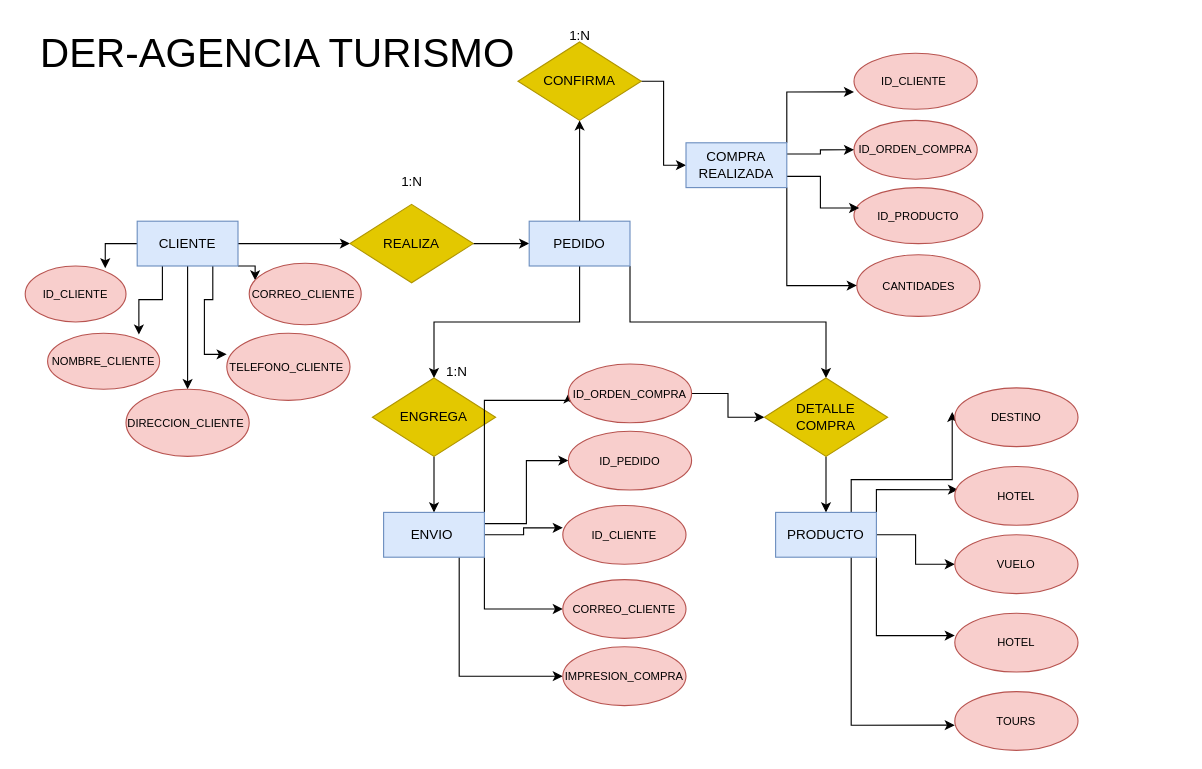
This is Diagrama sin título.drawio from sebascardozo/sqlCoderhouse, a draw.io file, before an edit. Source tidied: cells renumbered, new cells numbered last; positions are measured from the earlier drawing's top-left corner, leaving out a move shared by most shapes. Both pictures are drawn from the tidied source at 112%, with x=0, y=0 at pixel (25, 19).
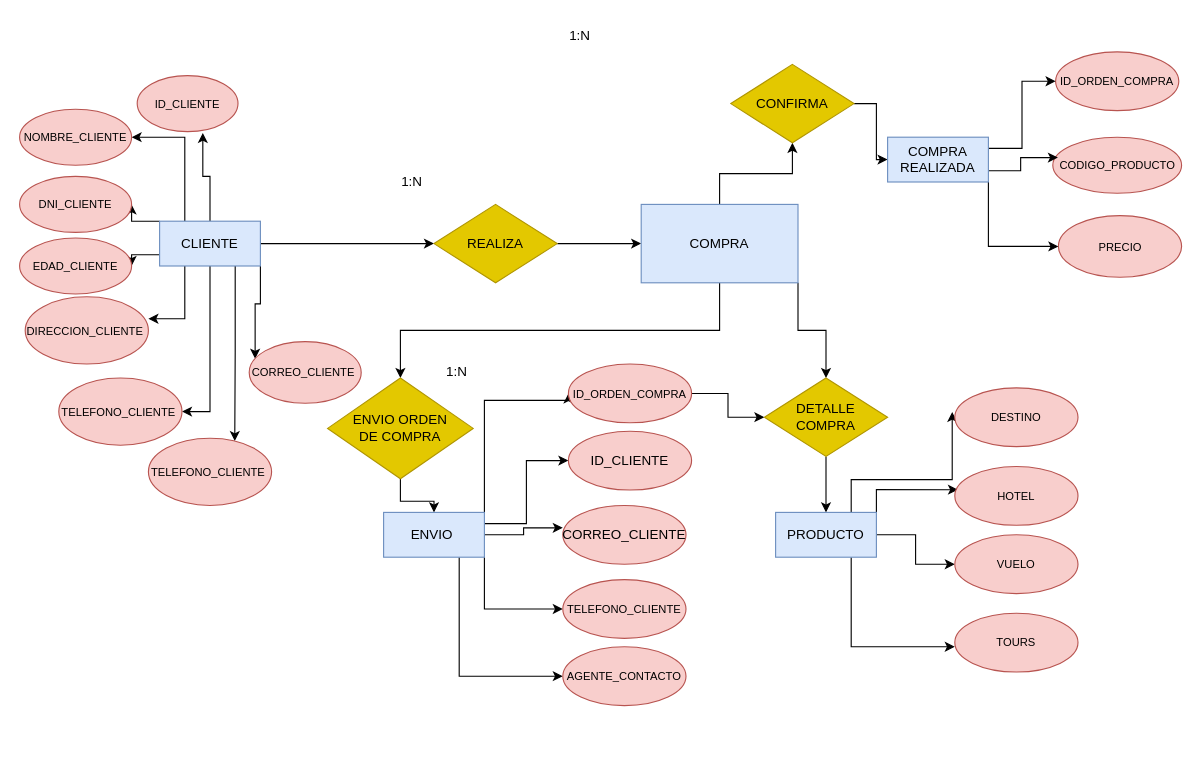
The same page after the edit.

Commit message:
DER-SEBASTIAN CARDOZO-SQL.drawio

The change refers to these unchanged cells:
```xml
<mxCell id="56" value="PRODUCTO" style="rounded=0;whiteSpace=wrap;html=1;fillColor=#dae8fc;strokeColor=#6c8ebf;" parent="1" vertex="1">
  <mxGeometry x="670" y="440" width="90" height="40" as="geometry" />
</mxCell>
```

The edit, as a diff of the source:
```diff
@@
+    <mxCell id="7" style="edgeStyle=orthogonalEdgeStyle;rounded=0;jettySize=auto;html=1;exitX=1;exitY=1;exitDx=0;exitDy=0;entryX=0.053;entryY=0.278;entryDx=0;entryDy=0;entryPerimeter=0;" parent="1" edge="1" source="8" target="14">
+      <mxGeometry relative="1" as="geometry" />
+    </mxCell>
-    <mxCell id="3" style="edgeStyle=orthogonalEdgeStyle;rounded=0;jettySize=auto;html=1;exitX=0;exitY=0.5;exitDx=0;exitDy=0;entryX=0.794;entryY=0.04;entryDx=0;entryDy=0;entryPerimeter=0;" parent="1" edge="1" source="8" target="11">
+    <mxCell id="3" style="edgeStyle=orthogonalEdgeStyle;rounded=0;jettySize=auto;html=1;exitX=0.5;exitY=0;exitDx=0;exitDy=0;entryX=0.651;entryY=1.023;entryDx=0;entryDy=0;entryPerimeter=0;" parent="1" edge="1" source="8" target="11">
       <mxGeometry relative="1" as="geometry" />
     </mxCell>
-    <mxCell id="4" style="edgeStyle=orthogonalEdgeStyle;rounded=0;jettySize=auto;html=1;exitX=0.25;exitY=1;exitDx=0;exitDy=0;entryX=0.815;entryY=0.025;entryDx=0;entryDy=0;entryPerimeter=0;" parent="1" edge="1" source="8" target="12">
+    <mxCell id="4" style="edgeStyle=orthogonalEdgeStyle;rounded=0;jettySize=auto;html=1;exitX=0.25;exitY=0;exitDx=0;exitDy=0;entryX=1;entryY=0.5;entryDx=0;entryDy=0;" parent="1" edge="1" source="8" target="12">
       <mxGeometry relative="1" as="geometry" />
     </mxCell>
+    <mxCell id="63" style="edgeStyle=orthogonalEdgeStyle;rounded=0;jettySize=auto;html=1;exitX=0;exitY=0;exitDx=0;exitDy=0;entryX=1;entryY=0.5;entryDx=0;entryDy=0;" parent="1" edge="1" source="8" target="66">
+      <mxGeometry relative="1" as="geometry" />
+    </mxCell>
+    <mxCell id="64" style="edgeStyle=orthogonalEdgeStyle;rounded=0;jettySize=auto;html=1;exitX=0;exitY=0.75;exitDx=0;exitDy=0;entryX=1;entryY=0.5;entryDx=0;entryDy=0;" parent="1" edge="1" source="8" target="67">
+      <mxGeometry relative="1" as="geometry" />
+    </mxCell>
-    <mxCell id="5" style="edgeStyle=orthogonalEdgeStyle;rounded=0;jettySize=auto;html=1;exitX=0.5;exitY=1;exitDx=0;exitDy=0;entryX=0.5;entryY=0;entryDx=0;entryDy=0;" parent="1" edge="1" source="8" target="13">
+    <mxCell id="5" style="edgeStyle=orthogonalEdgeStyle;rounded=0;jettySize=auto;html=1;exitX=0.25;exitY=1;exitDx=0;exitDy=0;entryX=1;entryY=0.327;entryDx=0;entryDy=0;entryPerimeter=0;" parent="1" edge="1" source="8" target="13">
       <mxGeometry relative="1" as="geometry" />
     </mxCell>
-    <mxCell id="6" style="edgeStyle=orthogonalEdgeStyle;rounded=0;jettySize=auto;html=1;exitX=0.75;exitY=1;exitDx=0;exitDy=0;entryX=-0.001;entryY=0.315;entryDx=0;entryDy=0;entryPerimeter=0;" parent="1" edge="1" source="8" target="15">
+    <mxCell id="6" style="edgeStyle=orthogonalEdgeStyle;rounded=0;jettySize=auto;html=1;exitX=0.5;exitY=1;exitDx=0;exitDy=0;entryX=1;entryY=0.5;entryDx=0;entryDy=0;" parent="1" edge="1" source="8" target="15">
       <mxGeometry relative="1" as="geometry" />
     </mxCell>
-    <mxCell id="7" style="edgeStyle=orthogonalEdgeStyle;rounded=0;jettySize=auto;html=1;exitX=1;exitY=1;exitDx=0;exitDy=0;entryX=0.053;entryY=0.278;entryDx=0;entryDy=0;entryPerimeter=0;" parent="1" edge="1" source="8" target="14">
-      <mxGeometry relative="1" as="geometry" />
-    </mxCell>
+    <mxCell id="65" style="edgeStyle=orthogonalEdgeStyle;rounded=0;jettySize=auto;html=1;exitX=0.75;exitY=1;exitDx=0;exitDy=0;entryX=0.701;entryY=0.042;entryDx=0;entryDy=0;entryPerimeter=0;" parent="1" edge="1" source="8" target="68">
+      <mxGeometry relative="1" as="geometry" />
+    </mxCell>
     <mxCell id="8" value="CLIENTE" style="rounded=0;whiteSpace=wrap;html=1;fillColor=#dae8fc;strokeColor=#6c8ebf;" parent="1" vertex="1">
-      <mxGeometry x="100" y="180" width="90" height="40" as="geometry" />
+      <mxGeometry x="120" y="180" width="90" height="40" as="geometry" />
     </mxCell>
@@
     <mxCell id="10" value="REALIZA" style="rhombus;whiteSpace=wrap;html=1;fillColor=#e3c800;strokeColor=#B09500;fontColor=#000000;" parent="1" vertex="1">
-      <mxGeometry x="290" y="165" width="110" height="70" as="geometry" />
+      <mxGeometry x="365" y="165" width="110" height="70" as="geometry" />
     </mxCell>
     <mxCell id="11" value="&lt;font style=&quot;font-size: 10px;&quot;&gt;ID_CLIENTE&lt;/font&gt;" style="ellipse;whiteSpace=wrap;html=1;fillColor=#f8cecc;strokeColor=#b85450;" parent="1" vertex="1">
-      <mxGeometry y="220" width="90" height="50" as="geometry" />
+      <mxGeometry x="100" y="50" width="90" height="50" as="geometry" />
     </mxCell>
     <mxCell id="12" value="&lt;font style=&quot;font-size: 10px;&quot;&gt;NOMBRE_CLIENTE&lt;/font&gt;" style="ellipse;whiteSpace=wrap;html=1;fillColor=#f8cecc;strokeColor=#b85450;" parent="1" vertex="1">
-      <mxGeometry x="20" y="280" width="100" height="50" as="geometry" />
+      <mxGeometry x="-5" y="80" width="100" height="50" as="geometry" />
     </mxCell>
     <mxCell id="13" value="&lt;font style=&quot;font-size: 10px;&quot;&gt;DIRECCION_CLIENTE&amp;nbsp;&lt;/font&gt;" style="ellipse;whiteSpace=wrap;html=1;fillColor=#f8cecc;strokeColor=#b85450;" parent="1" vertex="1">
-      <mxGeometry x="90" y="330" width="110" height="60" as="geometry" />
+      <mxGeometry y="247.5" width="110" height="60" as="geometry" />
     </mxCell>
     <mxCell id="14" value="&lt;font style=&quot;font-size: 10px;&quot;&gt;CORREO_CLIENTE&amp;nbsp;&lt;/font&gt;" style="ellipse;whiteSpace=wrap;html=1;fillColor=#f8cecc;strokeColor=#b85450;" parent="1" vertex="1">
-      <mxGeometry x="200" y="217.5" width="100" height="55" as="geometry" />
+      <mxGeometry x="200" y="287.5" width="100" height="55" as="geometry" />
     </mxCell>
     <mxCell id="15" value="&lt;font style=&quot;font-size: 10px;&quot;&gt;TELEFONO_CLIENTE&amp;nbsp;&lt;/font&gt;" style="ellipse;whiteSpace=wrap;html=1;fillColor=#f8cecc;strokeColor=#b85450;" parent="1" vertex="1">
-      <mxGeometry x="180" y="280" width="110" height="60" as="geometry" />
+      <mxGeometry x="30" y="320" width="110" height="60" as="geometry" />
     </mxCell>
@@
-    <mxCell id="20" value="PEDIDO" style="rounded=0;whiteSpace=wrap;html=1;fillColor=#dae8fc;strokeColor=#6c8ebf;" parent="1" vertex="1">
-      <mxGeometry x="450" y="180" width="90" height="40" as="geometry" />
+    <mxCell id="20" value="COMPRA" style="rounded=0;whiteSpace=wrap;html=1;fillColor=#dae8fc;strokeColor=#6c8ebf;" parent="1" vertex="1">
+      <mxGeometry x="550" y="165" width="140" height="70" as="geometry" />
     </mxCell>
-    <mxCell id="21" value="&lt;font style=&quot;font-size: 10px;&quot;&gt;ID_PRODUCTO&lt;/font&gt;" style="ellipse;whiteSpace=wrap;html=1;fillColor=#f8cecc;strokeColor=#b85450;" parent="1" vertex="1">
-      <mxGeometry x="740" y="150" width="115" height="50" as="geometry" />
+    <mxCell id="21" value="&lt;font style=&quot;font-size: 10px;&quot;&gt;CODIGO_PRODUCTO&lt;/font&gt;" style="ellipse;whiteSpace=wrap;html=1;fillColor=#f8cecc;strokeColor=#b85450;" parent="1" vertex="1">
+      <mxGeometry x="917.5" y="105" width="115" height="50" as="geometry" />
     </mxCell>
-    <mxCell id="22" value="&lt;font style=&quot;font-size: 10px;&quot;&gt;CANTIDADES&lt;/font&gt;" style="ellipse;whiteSpace=wrap;html=1;fillColor=#f8cecc;strokeColor=#b85450;" parent="1" vertex="1">
-      <mxGeometry x="742.5" y="210" width="110" height="55" as="geometry" />
+    <mxCell id="22" value="&lt;font style=&quot;font-size: 10px;&quot;&gt;PRECIO&lt;/font&gt;" style="ellipse;whiteSpace=wrap;html=1;fillColor=#f8cecc;strokeColor=#b85450;" parent="1" vertex="1">
+      <mxGeometry x="922.5" y="175" width="110" height="55" as="geometry" />
     </mxCell>
     <mxCell id="23" value="&lt;font style=&quot;font-size: 10px;&quot;&gt;ID_ORDEN_COMPRA&lt;/font&gt;" style="ellipse;whiteSpace=wrap;html=1;fillColor=#f8cecc;strokeColor=#b85450;" parent="1" vertex="1">
-      <mxGeometry x="740" y="90" width="110" height="52.5" as="geometry" />
+      <mxGeometry x="920" y="28.8" width="110" height="52.5" as="geometry" />
     </mxCell>
-    <mxCell id="24" value="&lt;font style=&quot;font-size: 10px;&quot;&gt;ID_CLIENTE&amp;nbsp;&lt;/font&gt;" style="ellipse;whiteSpace=wrap;html=1;fillColor=#f8cecc;strokeColor=#b85450;" parent="1" vertex="1">
-      <mxGeometry x="740" y="30" width="110" height="50" as="geometry" />
-    </mxCell>
@@
     <mxCell id="26" value="CONFIRMA" style="rhombus;whiteSpace=wrap;html=1;fillColor=#e3c800;strokeColor=#B09500;fontColor=#000000;" parent="1" vertex="1">
-      <mxGeometry x="440" y="20" width="110" height="70" as="geometry" />
+      <mxGeometry x="630" y="40" width="110" height="70" as="geometry" />
     </mxCell>
-    <mxCell id="27" style="edgeStyle=orthogonalEdgeStyle;rounded=0;jettySize=auto;html=1;exitX=1;exitY=0;exitDx=0;exitDy=0;entryX=0;entryY=0.691;entryDx=0;entryDy=0;entryPerimeter=0;" parent="1" edge="1" source="31" target="24">
-      <mxGeometry relative="1" as="geometry" />
-    </mxCell>
@@
     <mxCell id="31" value="COMPRA&lt;br&gt;REALIZADA" style="rounded=0;whiteSpace=wrap;html=1;fillColor=#dae8fc;strokeColor=#6c8ebf;" parent="1" vertex="1">
-      <mxGeometry x="590" y="110" width="90" height="40" as="geometry" />
+      <mxGeometry x="770" y="105" width="90" height="40" as="geometry" />
     </mxCell>
@@
-    <mxCell id="33" value="ENGREGA" style="rhombus;whiteSpace=wrap;html=1;fillColor=#e3c800;strokeColor=#B09500;fontColor=#000000;" parent="1" vertex="1">
-      <mxGeometry x="310" y="320" width="110" height="70" as="geometry" />
+    <mxCell id="33" value="ENVIO ORDEN&lt;br&gt;DE COMPRA" style="rhombus;whiteSpace=wrap;html=1;fillColor=#e3c800;strokeColor=#B09500;fontColor=#000000;" parent="1" vertex="1">
+      <mxGeometry x="270" y="320" width="130" height="90" as="geometry" />
     </mxCell>
@@
-    <mxCell id="42" value="&lt;font style=&quot;font-size: 10px;&quot;&gt;ID_PEDIDO&lt;/font&gt;" style="ellipse;whiteSpace=wrap;html=1;fillColor=#f8cecc;strokeColor=#b85450;" parent="1" vertex="1">
+    <mxCell id="42" value="ID_CLIENTE" style="ellipse;whiteSpace=wrap;html=1;fillColor=#f8cecc;strokeColor=#b85450;" parent="1" vertex="1">
       <mxGeometry x="485" y="367.5" width="110" height="52.5" as="geometry" />
     </mxCell>
-    <mxCell id="43" value="&lt;font style=&quot;font-size: 10px;&quot;&gt;ID_CLIENTE&lt;/font&gt;" style="ellipse;whiteSpace=wrap;html=1;fillColor=#f8cecc;strokeColor=#b85450;" parent="1" vertex="1">
+    <mxCell id="43" value="CORREO_CLIENTE" style="ellipse;whiteSpace=wrap;html=1;fillColor=#f8cecc;strokeColor=#b85450;" parent="1" vertex="1">
       <mxGeometry x="480" y="433.8" width="110" height="52.5" as="geometry" />
     </mxCell>
-    <mxCell id="44" value="&lt;span style=&quot;font-size: 10px;&quot;&gt;CORREO_CLIENTE&lt;/span&gt;" style="ellipse;whiteSpace=wrap;html=1;fillColor=#f8cecc;strokeColor=#b85450;" parent="1" vertex="1">
+    <mxCell id="44" value="&lt;span style=&quot;font-size: 10px;&quot;&gt;TELEFONO_CLIENTE&lt;/span&gt;" style="ellipse;whiteSpace=wrap;html=1;fillColor=#f8cecc;strokeColor=#b85450;" parent="1" vertex="1">
       <mxGeometry x="480" y="500" width="110" height="52.5" as="geometry" />
     </mxCell>
-    <mxCell id="45" value="&lt;font style=&quot;font-size: 10px;&quot;&gt;IMPRESION_COMPRA&lt;/font&gt;" style="ellipse;whiteSpace=wrap;html=1;fillColor=#f8cecc;strokeColor=#b85450;" parent="1" vertex="1">
+    <mxCell id="45" value="&lt;font style=&quot;font-size: 10px;&quot;&gt;AGENTE_CONTACTO&lt;/font&gt;" style="ellipse;whiteSpace=wrap;html=1;fillColor=#f8cecc;strokeColor=#b85450;" parent="1" vertex="1">
       <mxGeometry x="480" y="560" width="110" height="52.5" as="geometry" />
     </mxCell>
-    <mxCell id="46" value="&lt;font style=&quot;font-size: 36px;&quot;&gt;DER-AGENCIA TURISMO&lt;/font&gt;" style="text;html=1;align=center;verticalAlign=middle;strokeColor=none;fillColor=none;" parent="1" vertex="1">
-      <mxGeometry width="450" height="60" as="geometry" />
-    </mxCell>
@@
-    <mxCell id="54" style="edgeStyle=orthogonalEdgeStyle;rounded=0;jettySize=auto;html=1;exitX=1;exitY=1;exitDx=0;exitDy=0;entryX=0;entryY=0.381;entryDx=0;entryDy=0;entryPerimeter=0;" parent="1" edge="1" source="56" target="60">
-      <mxGeometry relative="1" as="geometry" />
-    </mxCell>
@@
-    <mxCell id="60" value="&lt;font style=&quot;font-size: 10px;&quot;&gt;HOTEL&lt;/font&gt;" style="ellipse;whiteSpace=wrap;html=1;fillColor=#f8cecc;strokeColor=#b85450;" parent="1" vertex="1">
-      <mxGeometry x="830" y="530" width="110" height="52.5" as="geometry" />
-    </mxCell>
-    <mxCell id="61" style="edgeStyle=orthogonalEdgeStyle;rounded=0;orthogonalLoop=1;jettySize=auto;html=1;exitX=0.5;exitY=1;exitDx=0;exitDy=0;" parent="1" edge="1" source="60" target="60">
-      <mxGeometry relative="1" as="geometry" />
+    <mxCell id="61" style="edgeStyle=orthogonalEdgeStyle;rounded=0;orthogonalLoop=1;jettySize=auto;html=1;exitX=0.5;exitY=1;exitDx=0;exitDy=0;" parent="1" edge="1">
+      <mxGeometry relative="1" as="geometry">
+        <mxPoint x="885" y="582.5" as="sourcePoint" />
+        <mxPoint x="885" y="582.5" as="targetPoint" />
+      </mxGeometry>
     </mxCell>
     <mxCell id="62" value="&lt;font style=&quot;font-size: 10px;&quot;&gt;TOURS&lt;/font&gt;" style="ellipse;whiteSpace=wrap;html=1;fillColor=#f8cecc;strokeColor=#b85450;" parent="1" vertex="1">
-      <mxGeometry x="830" y="600" width="110" height="52.5" as="geometry" />
+      <mxGeometry x="830" y="530" width="110" height="52.5" as="geometry" />
     </mxCell>
+    <mxCell id="66" value="&lt;font style=&quot;font-size: 10px;&quot;&gt;DNI_CLIENTE&lt;/font&gt;" style="ellipse;whiteSpace=wrap;html=1;fillColor=#f8cecc;strokeColor=#b85450;" parent="1" vertex="1">
+      <mxGeometry x="-5" y="140" width="100" height="50" as="geometry" />
+    </mxCell>
+    <mxCell id="67" value="&lt;font style=&quot;font-size: 10px;&quot;&gt;EDAD_CLIENTE&lt;/font&gt;" style="ellipse;whiteSpace=wrap;html=1;fillColor=#f8cecc;strokeColor=#b85450;" parent="1" vertex="1">
+      <mxGeometry x="-5" y="195" width="100" height="50" as="geometry" />
+    </mxCell>
+    <mxCell id="68" value="&lt;font style=&quot;font-size: 10px;&quot;&gt;TELEFONO_CLIENTE&amp;nbsp;&lt;/font&gt;" style="ellipse;whiteSpace=wrap;html=1;fillColor=#f8cecc;strokeColor=#b85450;" parent="1" vertex="1">
+      <mxGeometry x="110" y="373.8" width="110" height="60" as="geometry" />
+    </mxCell>
```
